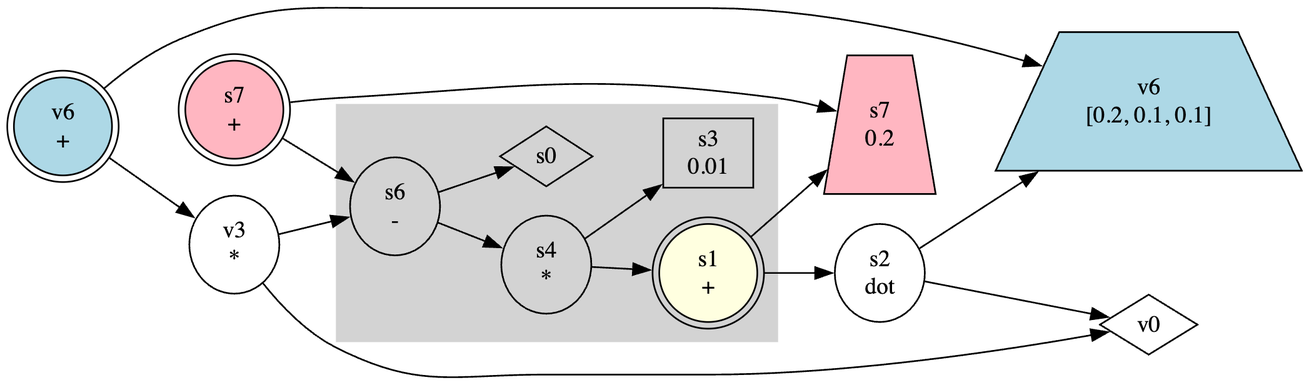
ono-lab/ResearchMishimaAutoMLZero keeps this Graphviz diagram as paper/mgg_automl_zero_vag/mutations/subgraph.png. Above is the earlier version. Its source is kept beside it as paper/mgg_automl_zero_vag/mutations/subgraph.dot. The source it was exported from:
```dot
digraph G {

    rankdir=LR;

    s1 [label="s1\n+", shape=doublecircle, style=filled, fillcolor=lightyellow];
    s2 [label="s2\ndot"];
    s3 [label="s3\n0.01", shape=box];
    s4 [label="s4\n*"];
    s6 [label="s6\n-"];
    v3 [label="v3\n*"];
    v6_next [label="v6\n+", shape=doublecircle, style=filled, fillcolor=lightblue];
    s7_next [label="s7\n+", shape=doublecircle, style=filled, fillcolor=lightpink];
    s7 [style=filled, shape=trapezium, fillcolor=lightpink];
    v6 [style=filled, shape=trapezium, fillcolor=lightblue];
    v0 [shape=diamond];
    s0 [shape=diamond];

    s2 -> v0;
    s2 -> v6;

    s1 -> s7;
    s1 -> s2;

    subgraph cluster_0 {
        style=filled;
        color=lightgrey;

        s4 -> s3;
        s4 -> s1;

        s6 -> s0;
        s6 -> s4;
    }

    v3 -> s6;
    v3 -> v0;

    v6_next -> v6;
    v6_next -> v3;

    s7_next -> s7;
    s7_next -> s6;
}
```
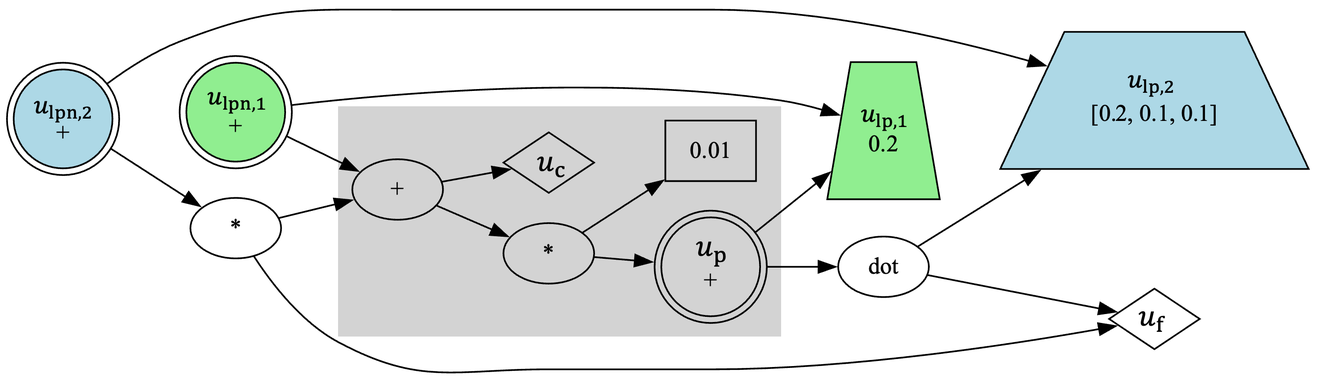
After the commit.

Change to the diagram source:
```diff
@@ -2,18 +2,18 @@
 
     rankdir=LR;
 
-    s1 [label="s1\n+", shape=doublecircle, style=filled, fillcolor=lightyellow];
-    s2 [label="s2\ndot"];
-    s3 [label="s3\n0.01", shape=box];
-    s4 [label="s4\n*"];
-    s6 [label="s6\n-"];
-    v3 [label="v3\n*"];
-    v6_next [label="v6\n+", shape=doublecircle, style=filled, fillcolor=lightblue];
-    s7_next [label="s7\n+", shape=doublecircle, style=filled, fillcolor=lightpink];
-    s7 [style=filled, shape=trapezium, fillcolor=lightpink];
-    v6 [style=filled, shape=trapezium, fillcolor=lightblue];
-    v0 [shape=diamond];
-    s0 [shape=diamond];
+    s1 [label="     \n+", shape=doublecircle];
+    s2 [label="dot"];
+    s3 [label="0.01", shape=box];
+    s4 [label="*"];
+    s6 [label="+"];
+    v3 [label="*"];
+    v6_next [label="     \n+", shape=doublecircle, style=filled, fillcolor=lightblue];
+    s7_next [label="     \n+", shape=doublecircle, style=filled, fillcolor=lightgreen];
+    s7 [label="\n0.2", style=filled, shape=trapezium, fillcolor=lightgreen];
+    v6 [label="\n[0.2, 0.1, 0.1]",style=filled, shape=trapezium, fillcolor=lightblue];
+    v0 [label="",shape=diamond];
+    s0 [label="",shape=diamond];
 
     s2 -> v0;
     s2 -> v6;
```
